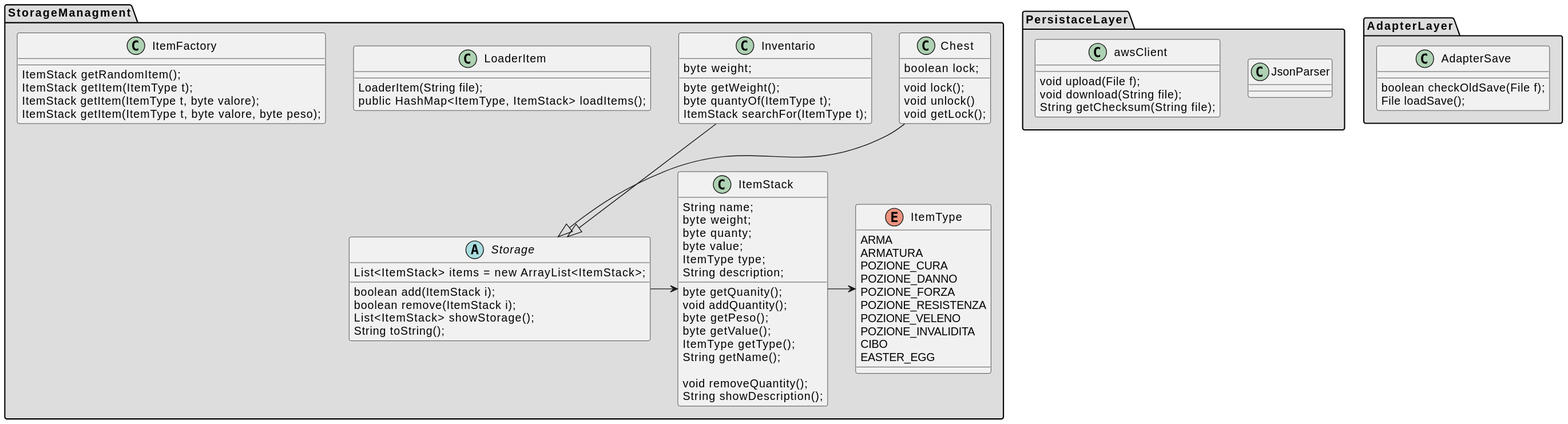
Before: DiagrammiUML/ClassDiagram(Storage-Persistance-Adapter).svg, a diagram exported from PlantUML (PdP03/ACMD).
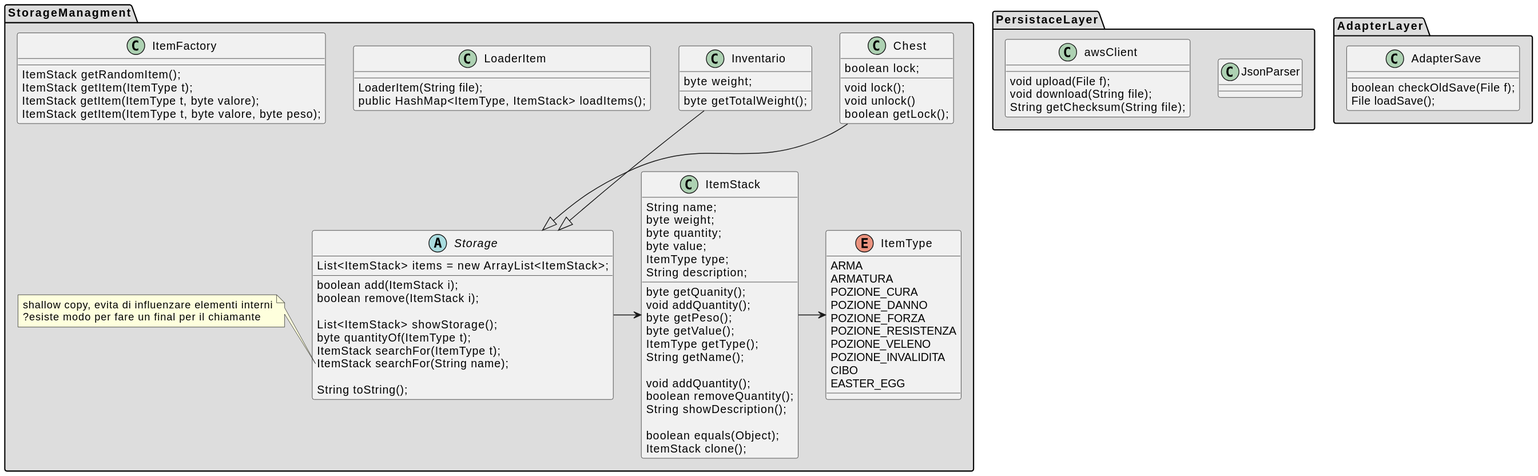
After the change.

Commit message:
Caricate immagini svg (Diagrammi)

What changed in the source:
```diff
@@ -16,7 +16,7 @@
 class ItemStack {
   String name;
   byte weight;
-  byte quanty;
+  byte quantity;
   byte value;
   ItemType type;
   String description;
@@ -28,8 +28,12 @@
   ItemType getType();
   String getName();
 
-  void removeQuantity();
+  void addQuantity();
+  boolean removeQuantity();
   String showDescription();
+
+  boolean equals(Object);
+  ItemStack clone();
 }
 
 enum ItemType{
@@ -50,16 +54,22 @@
 
   boolean add(ItemStack i);
   boolean remove(ItemStack i);
+
   List<ItemStack> showStorage();
+  byte quantityOf(ItemType t);
+  ItemStack searchFor(ItemType t);
+  ItemStack searchFor(String name);
+
   String toString();
 }
+note left of Storage::"searchFor(String name)"
+shallow copy, evita di influenzare elementi interni
+?esiste modo per fare un final per il chiamante
+end note
 
 class Inventario{
   byte weight;
-
-  byte getWeight();
-  byte quantyOf(ItemType t);
-  ItemStack searchFor(ItemType t);
+  byte getTotalWeight();
 }
 
 class Chest{
@@ -67,7 +77,7 @@
 
   void lock();
   void unlock()
-  void getLock();
+  boolean getLock();
 
 }
 
```
